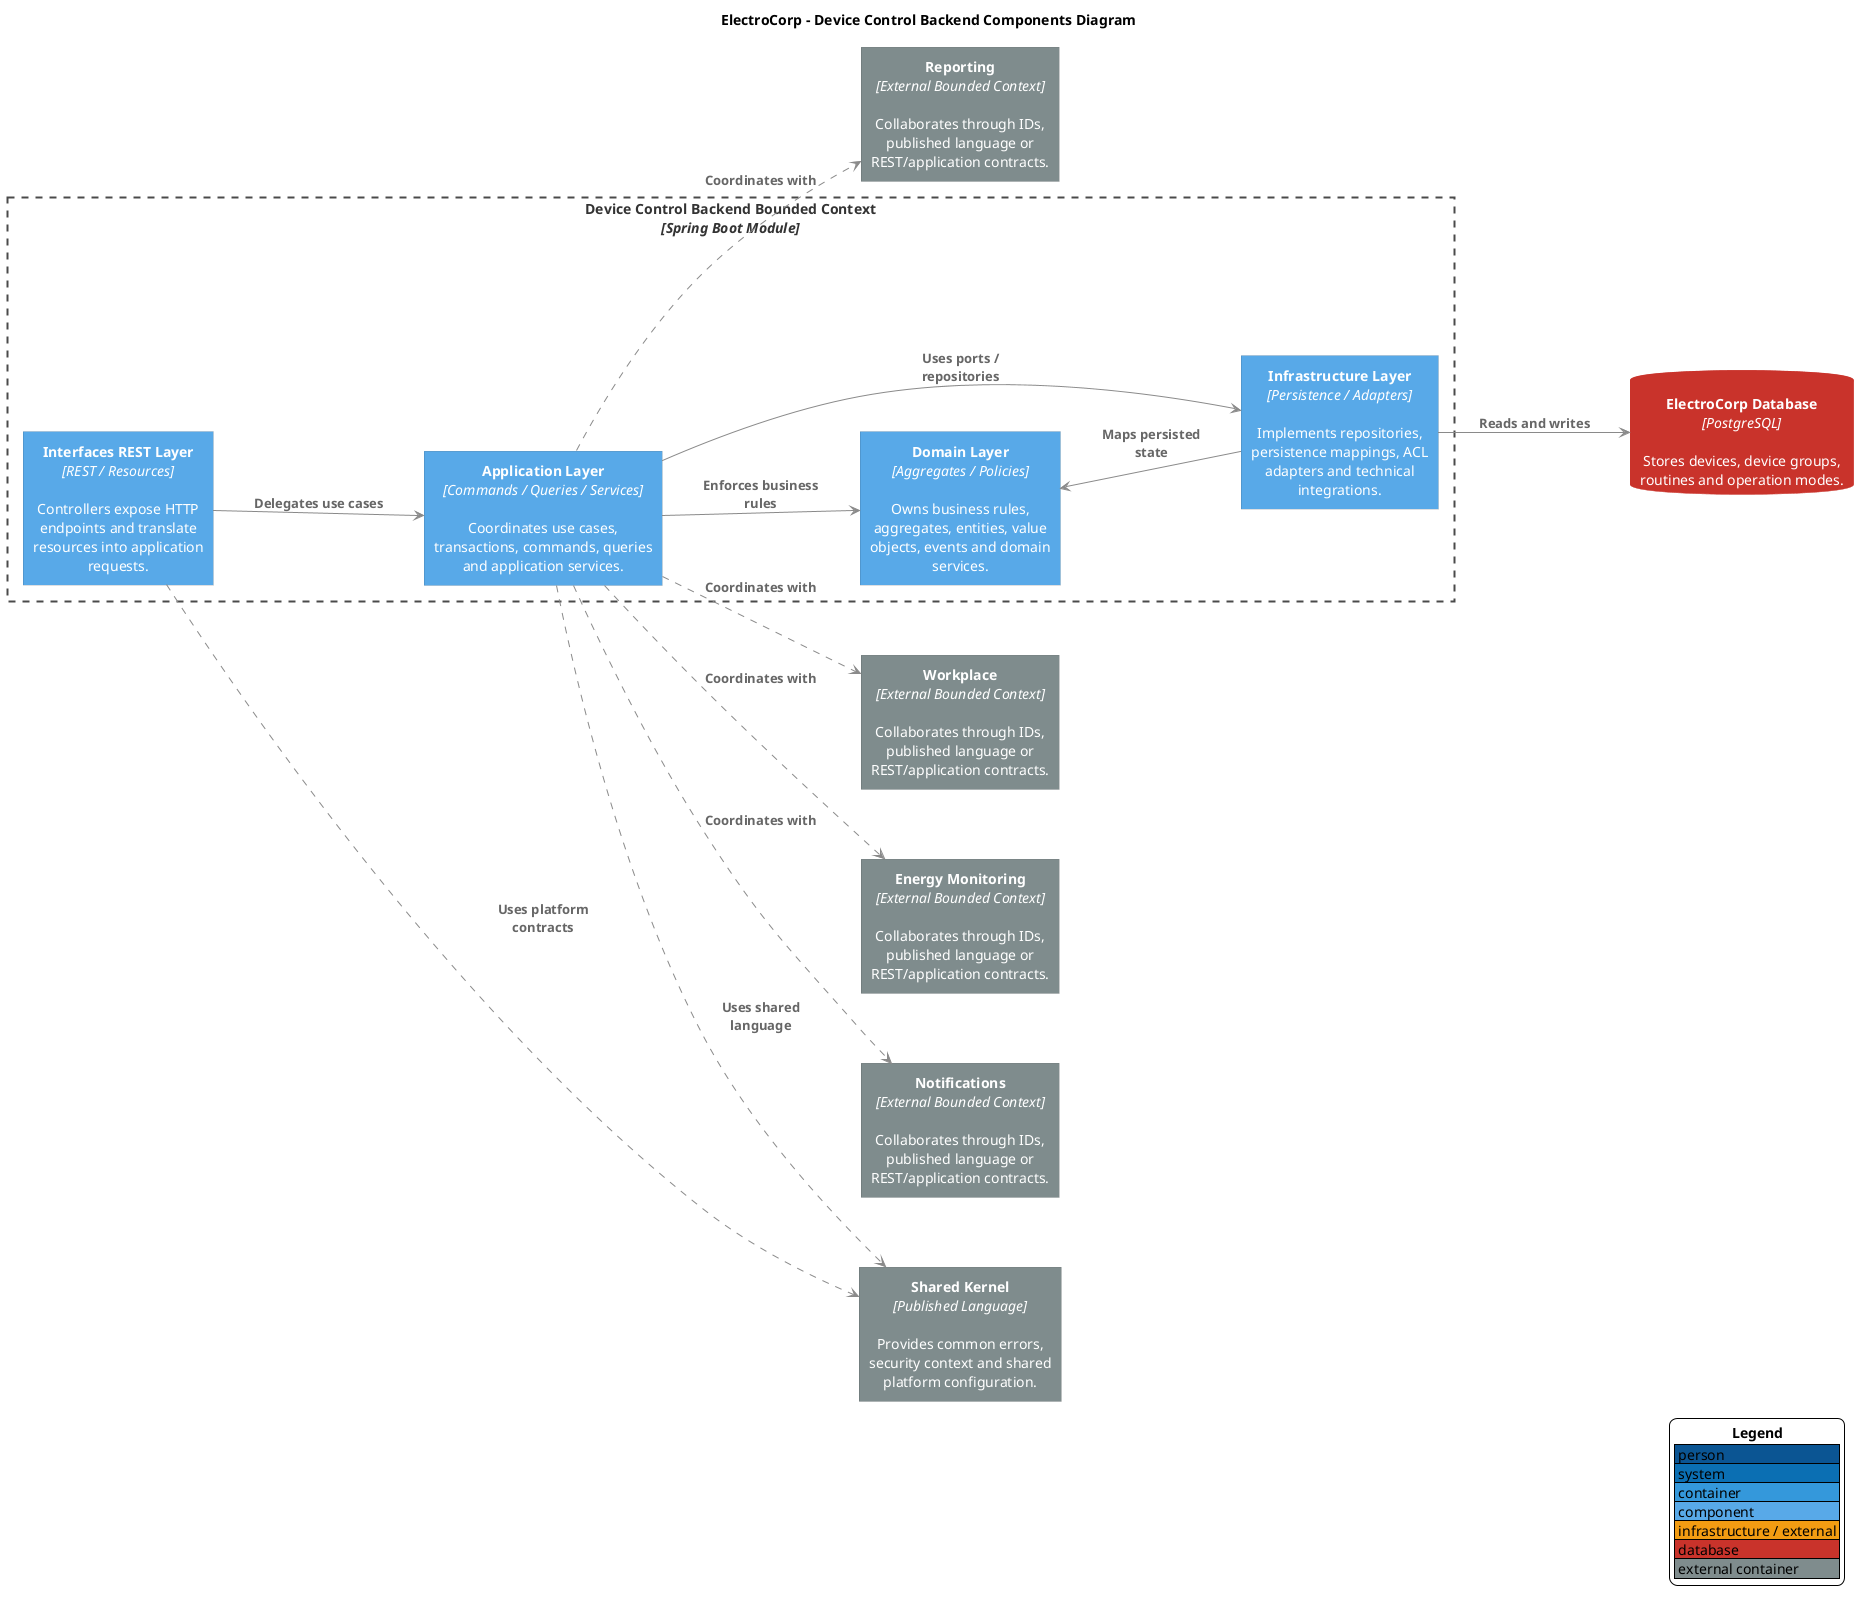
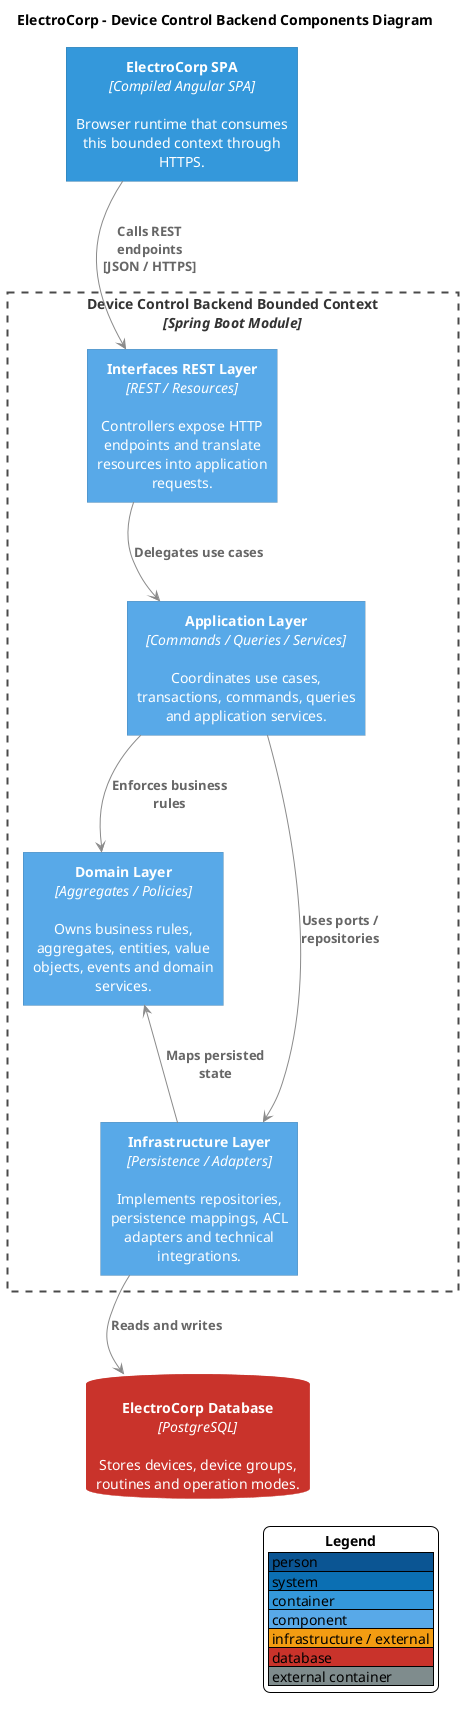
@startuml
skinparam backgroundColor #FFFFFF
skinparam shadowing false
skinparam defaultFontName Arial
skinparam defaultTextAlignment center
skinparam wrapWidth 220
skinparam maxMessageSize 130
skinparam nodesep 70
skinparam ranksep 80
skinparam ArrowColor #8A8A8A
skinparam ArrowFontColor #666666
skinparam ArrowFontStyle bold
skinparam ArrowThickness 1
skinparam rectangleRoundCorner 0
skinparam rectangleBorderThickness 0
skinparam rectangleFontColor #FFFFFF
skinparam rectangleFontStyle plain
skinparam rectangle {
  BorderThickness 0
  MinimumWidth 190
  Padding 12
}
skinparam database {
  MinimumWidth 210
  Padding 12
}
skinparam rectangle<<SystemBoundary>> {
  BackgroundColor transparent
  BorderColor #4A4A4A
  BorderThickness 2
  BorderStyle dashed
  FontColor #333333
  FontStyle bold
  MinimumWidth 760
  Padding 18
}
skinparam rectangle<<BoundedContext>> {
  BackgroundColor transparent
  BorderColor #4A4A4A
  BorderThickness 2
  BorderStyle dashed
  FontColor #333333
  FontStyle bold
  MinimumWidth 760
  Padding 18
}
skinparam databaseBackgroundColor #C9332B
skinparam databaseBorderColor #C9332B
skinparam databaseFontColor #FFFFFF
skinparam databaseFontStyle plain
hide stereotype
- left to right direction
+ top to bottom direction

title ElectroCorp - Device Control Backend Components Diagram
+ 
+ rectangle "<b>ElectroCorp SPA</b>\n<i>[Compiled Angular SPA]</i>\n\nBrowser runtime that consumes this bounded context through HTTPS." as Spa #3498DB

rectangle "<b>Device Control Backend Bounded Context</b>\n<i>[Spring Boot Module]</i>" <<BoundedContext>> {
  rectangle "<b>Interfaces REST Layer</b>\n<i>[REST / Resources]</i>\n\nControllers expose HTTP endpoints and translate resources into application requests." as Interfaces #58A9E8
  rectangle "<b>Application Layer</b>\n<i>[Commands / Queries / Services]</i>\n\nCoordinates use cases, transactions, commands, queries and application services." as Application #58A9E8
  rectangle "<b>Domain Layer</b>\n<i>[Aggregates / Policies]</i>\n\nOwns business rules, aggregates, entities, value objects, events and domain services." as Domain #58A9E8
  rectangle "<b>Infrastructure Layer</b>\n<i>[Persistence / Adapters]</i>\n\nImplements repositories, persistence mappings, ACL adapters and technical integrations." as Infrastructure #58A9E8
}
database "<b>ElectroCorp Database</b>\n<i>[PostgreSQL]</i>\n\nStores devices, device groups, routines and operation modes." as Database
- rectangle "<b>Shared Kernel</b>\n<i>[Published Language]</i>\n\nProvides common errors, security context and shared platform configuration." as Shared #7F8C8D
- rectangle "<b>Workplace</b>\n<i>[External Bounded Context]</i>\n\nCollaborates through IDs, published language or REST/application contracts." as Dep0 #7F8C8D
- rectangle "<b>Energy Monitoring</b>\n<i>[External Bounded Context]</i>\n\nCollaborates through IDs, published language or REST/application contracts." as Dep1 #7F8C8D
- rectangle "<b>Notifications</b>\n<i>[External Bounded Context]</i>\n\nCollaborates through IDs, published language or REST/application contracts." as Dep2 #7F8C8D
- rectangle "<b>Reporting</b>\n<i>[External Bounded Context]</i>\n\nCollaborates through IDs, published language or REST/application contracts." as Dep3 #7F8C8D

+ Spa --> Interfaces : Calls REST endpoints\n[JSON / HTTPS]
Interfaces --> Application : Delegates use cases
Application --> Domain : Enforces business rules
Application --> Infrastructure : Uses ports / repositories
Infrastructure --> Domain : Maps persisted state
Infrastructure --> Database : Reads and writes
- Interfaces ..> Shared : Uses platform contracts
- Application ..> Shared : Uses shared language
- Application ..> Dep0 : Coordinates with
- Application ..> Dep1 : Coordinates with
- Application ..> Dep2 : Coordinates with
- Application ..> Dep3 : Coordinates with

- Interfaces -[hidden]right- Application
- Application -[hidden]right- Domain
+ Spa -[hidden]down- Interfaces
+ Interfaces -[hidden]down- Application
+ Application -[hidden]down- Domain
Domain -[hidden]right- Infrastructure
+ Infrastructure -[hidden]down- Database

legend right
  <b>Legend</b>
  |<#0B5593> person |
  |<#0B6FB3> system |
  |<#3498DB> container |
  |<#58A9E8> component |
  |<#F39C12> infrastructure / external |
  |<#C9332B> database |
  |<#7F8C8D> external container |
endlegend

@enduml
